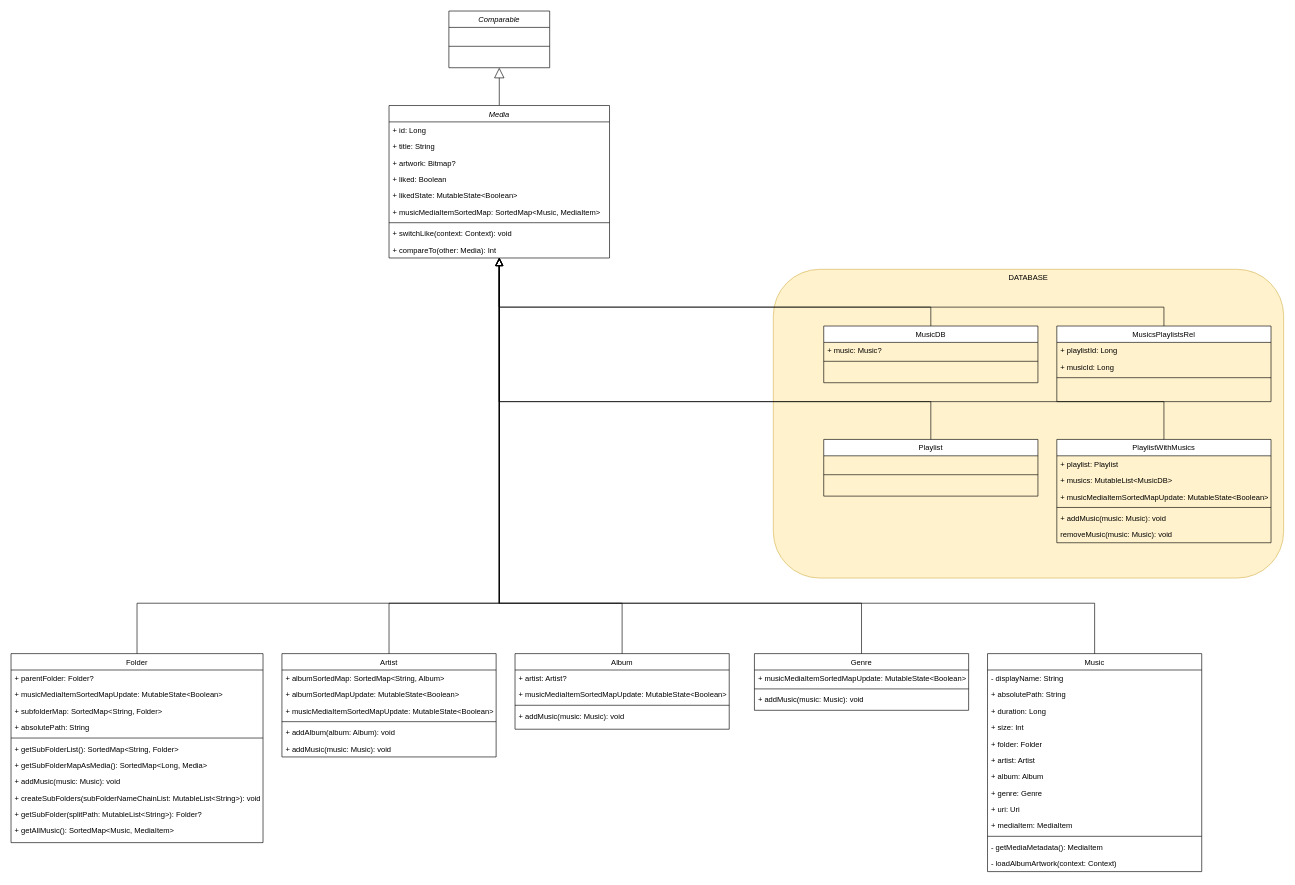
The draw.io diagram structure/Class_Diagram.drawio in antoinepirlot/Satunes, before the edit. Source tidied: cells renumbered, new cells numbered last; positions are measured from the earlier drawing's top-left corner, leaving out a move shared by most shapes. Both pictures are drawn from the tidied source at 63%, with x=0, y=0 at pixel (11, 11).
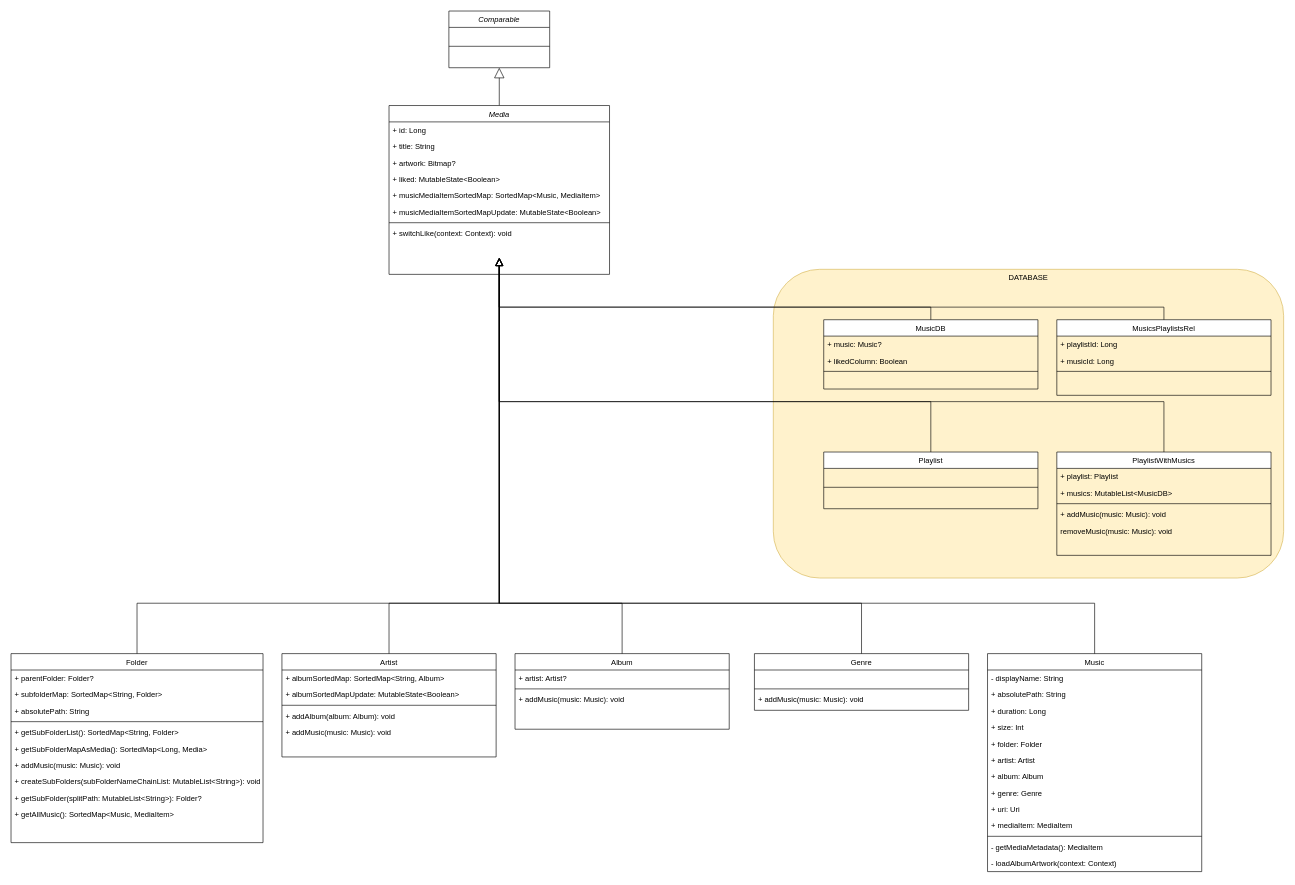
Above is the later version.

Commit message:
Update: class diagram

The change refers to these unchanged cells:
```xml
<mxCell id="13" value="Folder" style="swimlane;fontStyle=0;align=center;verticalAlign=top;horizontal=1;startSize=26;rounded=0;shadow=0;strokeWidth=1;" parent="1" vertex="1">
  <mxGeometry y="1020" width="400" height="300" as="geometry" />
</mxCell>
<mxCell id="26" value="Artist" style="swimlane;fontStyle=0;align=center;verticalAlign=top;horizontal=1;startSize=26;rounded=0;shadow=0;strokeWidth=1;" parent="1" vertex="1">
  <mxGeometry x="430" y="1020" width="340" height="164" as="geometry" />
</mxCell>
<mxCell id="37" value="Album" style="swimlane;fontStyle=0;align=center;verticalAlign=top;horizontal=1;startSize=26;rounded=0;shadow=0;strokeWidth=1;" parent="1" vertex="1">
  <mxGeometry x="800" y="1020" width="340" height="120" as="geometry" />
</mxCell>
<mxCell id="43" value="Genre" style="swimlane;fontStyle=0;align=center;verticalAlign=top;horizontal=1;startSize=26;rounded=0;shadow=0;strokeWidth=1;" parent="1" vertex="1">
  <mxGeometry x="1180" y="1020" width="340" height="90" as="geometry" />
</mxCell>
<mxCell id="48" value="Music" style="swimlane;fontStyle=0;align=center;verticalAlign=top;horizontal=1;startSize=26;rounded=0;shadow=0;strokeWidth=1;" parent="1" vertex="1">
  <mxGeometry x="1550" y="1020" width="340" height="346" as="geometry" />
</mxCell>
```

What changed in the source:
```diff
@@
     <mxCell id="3" value="Media" style="swimlane;fontStyle=2;align=center;verticalAlign=top;horizontal=1;startSize=26;rounded=0;shadow=0;strokeWidth=1;" parent="1" vertex="1">
-      <mxGeometry x="600" y="150" width="350" height="242" as="geometry" />
+      <mxGeometry x="600" y="150" width="350" height="268" as="geometry" />
     </mxCell>
@@
-    <mxCell id="7" value="+ liked: Boolean" style="text;align=left;verticalAlign=top;spacingLeft=4;spacingRight=4;overflow=hidden;rounded=0;shadow=0;html=0;" parent="3" vertex="1">
-      <mxGeometry y="104" width="350" height="26" as="geometry" />
-    </mxCell>
-    <mxCell id="8" value="+ likedState: MutableState&lt;Boolean&gt;" style="text;align=left;verticalAlign=top;spacingLeft=4;spacingRight=4;overflow=hidden;rounded=0;shadow=0;html=0;" parent="3" vertex="1">
-      <mxGeometry y="130" width="350" height="26" as="geometry" />
+    <mxCell id="8" value="+ liked: MutableState&lt;Boolean&gt;" style="text;align=left;verticalAlign=top;spacingLeft=4;spacingRight=4;overflow=hidden;rounded=0;shadow=0;html=0;" parent="3" vertex="1">
+      <mxGeometry y="104" width="350" height="26" as="geometry" />
     </mxCell>
     <mxCell id="9" value="+ musicMediaItemSortedMap: SortedMap&lt;Music, MediaItem&gt;" style="text;align=left;verticalAlign=top;spacingLeft=4;spacingRight=4;overflow=hidden;rounded=0;shadow=0;html=0;" parent="3" vertex="1">
-      <mxGeometry y="156" width="350" height="26" as="geometry" />
+      <mxGeometry y="130" width="350" height="26" as="geometry" />
     </mxCell>
+    <mxCell id="15" value="+ musicMediaItemSortedMapUpdate: MutableState&lt;Boolean&gt;" style="text;align=left;verticalAlign=top;spacingLeft=4;spacingRight=4;overflow=hidden;rounded=0;shadow=0;html=0;" parent="3" vertex="1">
+      <mxGeometry y="156" width="350" height="26" as="geometry" />
+    </mxCell>
@@
-    <mxCell id="12" value="+ compareTo(other: Media): Int" style="text;align=left;verticalAlign=top;spacingLeft=4;spacingRight=4;overflow=hidden;points=[[0,0.5],[1,0.5]];portConstraint=eastwest;" parent="3" vertex="1">
-      <mxGeometry y="216" width="350" height="26" as="geometry" />
-    </mxCell>
@@
-    <mxCell id="15" value="+ musicMediaItemSortedMapUpdate: MutableState&lt;Boolean&gt;" style="text;align=left;verticalAlign=top;spacingLeft=4;spacingRight=4;overflow=hidden;rounded=0;shadow=0;html=0;" parent="13" vertex="1">
-      <mxGeometry y="52" width="400" height="26" as="geometry" />
-    </mxCell>
     <mxCell id="16" value="+ subfolderMap: SortedMap&lt;String, Folder&gt;" style="text;align=left;verticalAlign=top;spacingLeft=4;spacingRight=4;overflow=hidden;rounded=0;shadow=0;html=0;" parent="13" vertex="1">
-      <mxGeometry y="78" width="400" height="26" as="geometry" />
+      <mxGeometry y="52" width="400" height="26" as="geometry" />
     </mxCell>
     <mxCell id="17" value="+ absolutePath: String" style="text;align=left;verticalAlign=top;spacingLeft=4;spacingRight=4;overflow=hidden;rounded=0;shadow=0;html=0;" parent="13" vertex="1">
-      <mxGeometry y="104" width="400" height="26" as="geometry" />
+      <mxGeometry y="78" width="400" height="26" as="geometry" />
     </mxCell>
     <mxCell id="18" style="line;html=1;strokeWidth=1;align=left;verticalAlign=middle;spacingTop=-1;spacingLeft=3;spacingRight=3;labelPosition=right;" parent="13" vertex="1">
-      <mxGeometry y="130" width="400" height="8" as="geometry" />
+      <mxGeometry y="104" width="400" height="8" as="geometry" />
     </mxCell>
     <mxCell id="19" value="+ getSubFolderList(): SortedMap&lt;String, Folder&gt;" style="text;align=left;verticalAlign=top;spacingLeft=4;spacingRight=4;overflow=hidden;fontStyle=0;" parent="13" vertex="1">
-      <mxGeometry y="138" width="400" height="26" as="geometry" />
+      <mxGeometry y="112" width="400" height="26" as="geometry" />
     </mxCell>
     <mxCell id="20" value="+ getSubFolderMapAsMedia(): SortedMap&lt;Long, Media&gt;" style="text;align=left;verticalAlign=top;spacingLeft=4;spacingRight=4;overflow=hidden;" parent="13" vertex="1">
-      <mxGeometry y="164" width="400" height="26" as="geometry" />
+      <mxGeometry y="138" width="400" height="26" as="geometry" />
     </mxCell>
     <mxCell id="21" value="+ addMusic(music: Music): void" style="text;align=left;verticalAlign=top;spacingLeft=4;spacingRight=4;overflow=hidden;" parent="13" vertex="1">
-      <mxGeometry y="190" width="400" height="26" as="geometry" />
+      <mxGeometry y="164" width="400" height="26" as="geometry" />
     </mxCell>
     <mxCell id="22" value="+ createSubFolders(subFolderNameChainList: MutableList&lt;String&gt;): void" style="text;align=left;verticalAlign=top;spacingLeft=4;spacingRight=4;overflow=hidden;" parent="13" vertex="1">
-      <mxGeometry y="216" width="400" height="26" as="geometry" />
+      <mxGeometry y="190" width="400" height="26" as="geometry" />
     </mxCell>
     <mxCell id="23" value="+ getSubFolder(splitPath: MutableList&lt;String&gt;): Folder?" style="text;align=left;verticalAlign=top;spacingLeft=4;spacingRight=4;overflow=hidden;" parent="13" vertex="1">
-      <mxGeometry y="242" width="400" height="26" as="geometry" />
+      <mxGeometry y="216" width="400" height="26" as="geometry" />
     </mxCell>
     <mxCell id="24" value="+ getAllMusic(): SortedMap&lt;Music, MediaItem&gt;" style="text;align=left;verticalAlign=top;spacingLeft=4;spacingRight=4;overflow=hidden;" parent="13" vertex="1">
-      <mxGeometry y="268" width="400" height="26" as="geometry" />
+      <mxGeometry y="242" width="400" height="26" as="geometry" />
     </mxCell>
-    <mxCell id="25" style="endArrow=block;endSize=10;endFill=0;shadow=0;strokeWidth=1;rounded=0;curved=0;edgeStyle=elbowEdgeStyle;elbow=vertical;" parent="1" edge="1" source="13" target="12">
+    <mxCell id="25" style="endArrow=block;endSize=10;endFill=0;shadow=0;strokeWidth=1;rounded=0;curved=0;edgeStyle=elbowEdgeStyle;elbow=vertical;" parent="1" edge="1" source="13">
       <mxGeometry relative="1" as="geometry">
+        <mxPoint x="775" y="392" as="targetPoint" />
         <Array as="points">
           <mxPoint x="480" y="940" />
         </Array>
       </mxGeometry>
     </mxCell>
@@
-    <mxCell id="29" value="+ musicMediaItemSortedMapUpdate: MutableState&lt;Boolean&gt;" style="text;align=left;verticalAlign=top;spacingLeft=4;spacingRight=4;overflow=hidden;" parent="26" vertex="1">
-      <mxGeometry y="78" width="340" height="26" as="geometry" />
-    </mxCell>
     <mxCell id="30" style="line;html=1;strokeWidth=1;align=left;verticalAlign=middle;spacingTop=-1;spacingLeft=3;spacingRight=3;labelPosition=right;" parent="26" vertex="1">
-      <mxGeometry y="104" width="340" height="8" as="geometry" />
+      <mxGeometry y="78" width="340" height="8" as="geometry" />
     </mxCell>
     <mxCell id="31" value="+ addAlbum(album: Album): void" style="text;align=left;verticalAlign=top;spacingLeft=4;spacingRight=4;overflow=hidden;" parent="26" vertex="1">
-      <mxGeometry y="112" width="340" height="26" as="geometry" />
+      <mxGeometry y="86" width="340" height="26" as="geometry" />
     </mxCell>
     <mxCell id="32" value="+ addMusic(music: Music): void" style="text;align=left;verticalAlign=top;spacingLeft=4;spacingRight=4;overflow=hidden;" parent="26" vertex="1">
-      <mxGeometry y="138" width="340" height="26" as="geometry" />
+      <mxGeometry y="112" width="340" height="26" as="geometry" />
     </mxCell>
-    <mxCell id="33" style="endArrow=block;endSize=10;endFill=0;shadow=0;strokeWidth=1;rounded=0;curved=0;edgeStyle=elbowEdgeStyle;elbow=vertical;" parent="1" edge="1" source="26" target="12">
+    <mxCell id="33" style="endArrow=block;endSize=10;endFill=0;shadow=0;strokeWidth=1;rounded=0;curved=0;edgeStyle=elbowEdgeStyle;elbow=vertical;" parent="1" edge="1" source="26">
       <mxGeometry relative="1" as="geometry">
+        <mxPoint x="775" y="392" as="targetPoint" />
         <Array as="points">
           <mxPoint x="775" y="940" />
         </Array>
       </mxGeometry>
     </mxCell>
@@
-    <mxCell id="39" value="+ musicMediaItemSortedMapUpdate: MutableState&lt;Boolean&gt;" style="text;align=left;verticalAlign=top;spacingLeft=4;spacingRight=4;overflow=hidden;" parent="37" vertex="1">
-      <mxGeometry y="52" width="340" height="26" as="geometry" />
-    </mxCell>
     <mxCell id="40" style="line;html=1;strokeWidth=1;align=left;verticalAlign=middle;spacingTop=-1;spacingLeft=3;spacingRight=3;labelPosition=right;" parent="37" vertex="1">
-      <mxGeometry y="78" width="340" height="8" as="geometry" />
+      <mxGeometry y="52" width="340" height="8" as="geometry" />
     </mxCell>
     <mxCell id="41" value="+ addMusic(music: Music): void" style="text;align=left;verticalAlign=top;spacingLeft=4;spacingRight=4;overflow=hidden;" parent="37" vertex="1">
-      <mxGeometry y="86" width="340" height="26" as="geometry" />
+      <mxGeometry y="60" width="340" height="26" as="geometry" />
     </mxCell>
-    <mxCell id="42" style="endArrow=block;endSize=10;endFill=0;shadow=0;strokeWidth=1;rounded=0;curved=0;edgeStyle=elbowEdgeStyle;elbow=vertical;exitX=0.5;exitY=0;exitDx=0;exitDy=0;" parent="1" edge="1" source="37" target="12">
+    <mxCell id="42" style="endArrow=block;endSize=10;endFill=0;shadow=0;strokeWidth=1;rounded=0;curved=0;edgeStyle=elbowEdgeStyle;elbow=vertical;exitX=0.5;exitY=0;exitDx=0;exitDy=0;" parent="1" edge="1" source="37">
       <mxGeometry relative="1" as="geometry">
+        <mxPoint x="775" y="392" as="targetPoint" />
         <Array as="points">
           <mxPoint x="775" y="940" />
         </Array>
       </mxGeometry>
     </mxCell>
@@
-    <mxCell id="44" value="+ musicMediaItemSortedMapUpdate: MutableState&lt;Boolean&gt;" style="text;align=left;verticalAlign=top;spacingLeft=4;spacingRight=4;overflow=hidden;" parent="43" vertex="1">
+    <mxCell id="44" value=" " style="text;align=left;verticalAlign=top;spacingLeft=4;spacingRight=4;overflow=hidden;" parent="43" vertex="1">
       <mxGeometry y="26" width="340" height="26" as="geometry" />
     </mxCell>
@@
-    <mxCell id="47" style="endArrow=block;endSize=10;endFill=0;shadow=0;strokeWidth=1;rounded=0;curved=0;edgeStyle=elbowEdgeStyle;elbow=vertical;" parent="1" edge="1" source="43" target="12">
+    <mxCell id="47" style="endArrow=block;endSize=10;endFill=0;shadow=0;strokeWidth=1;rounded=0;curved=0;edgeStyle=elbowEdgeStyle;elbow=vertical;" parent="1" edge="1" source="43">
       <mxGeometry relative="1" as="geometry">
+        <mxPoint x="775" y="392" as="targetPoint" />
         <Array as="points">
           <mxPoint x="1070" y="940" />
         </Array>
       </mxGeometry>
     </mxCell>
@@
-    <mxCell id="62" style="endArrow=block;endSize=10;endFill=0;shadow=0;strokeWidth=1;rounded=0;curved=0;edgeStyle=elbowEdgeStyle;elbow=vertical;" parent="1" edge="1" source="48" target="12">
+    <mxCell id="62" style="endArrow=block;endSize=10;endFill=0;shadow=0;strokeWidth=1;rounded=0;curved=0;edgeStyle=elbowEdgeStyle;elbow=vertical;" parent="1" edge="1" source="48">
       <mxGeometry relative="1" as="geometry">
+        <mxPoint x="775" y="392" as="targetPoint" />
         <Array as="points">
           <mxPoint x="1270" y="940" />
         </Array>
       </mxGeometry>
     </mxCell>
@@
     <mxCell id="64" value="MusicDB" style="swimlane;fontStyle=0;align=center;verticalAlign=top;horizontal=1;startSize=26;rounded=0;shadow=0;strokeWidth=1;" parent="1" vertex="1">
-      <mxGeometry x="1290" y="500" width="340" height="90" as="geometry" />
+      <mxGeometry x="1290" y="490" width="340" height="110" as="geometry" />
     </mxCell>
@@
+    <mxCell id="86" value="+ likedColumn: Boolean" style="text;align=left;verticalAlign=top;spacingLeft=4;spacingRight=4;overflow=hidden;" parent="64" vertex="1">
+      <mxGeometry y="52" width="340" height="26" as="geometry" />
+    </mxCell>
     <mxCell id="66" style="line;html=1;strokeWidth=1;align=left;verticalAlign=middle;spacingTop=-1;spacingLeft=3;spacingRight=3;labelPosition=right;" parent="64" vertex="1">
-      <mxGeometry y="52" width="340" height="8" as="geometry" />
+      <mxGeometry y="78" width="340" height="8" as="geometry" />
     </mxCell>
-    <mxCell id="67" style="endArrow=block;endSize=10;endFill=0;shadow=0;strokeWidth=1;rounded=0;curved=0;edgeStyle=elbowEdgeStyle;elbow=vertical;exitX=0.5;exitY=0;exitDx=0;exitDy=0;" parent="1" edge="1" source="64" target="12">
+    <mxCell id="67" style="endArrow=block;endSize=10;endFill=0;shadow=0;strokeWidth=1;rounded=0;curved=0;edgeStyle=elbowEdgeStyle;elbow=vertical;exitX=0.5;exitY=0;exitDx=0;exitDy=0;" parent="1" edge="1" source="64">
       <mxGeometry relative="1" as="geometry">
+        <mxPoint x="775" y="392" as="targetPoint" />
         <Array as="points">
           <mxPoint x="1210" y="470" />
         </Array>
       </mxGeometry>
     </mxCell>
     <mxCell id="68" value="MusicsPlaylistsRel" style="swimlane;fontStyle=0;align=center;verticalAlign=top;horizontal=1;startSize=26;rounded=0;shadow=0;strokeWidth=1;" parent="1" vertex="1">
-      <mxGeometry x="1660" y="500" width="340" height="120" as="geometry" />
+      <mxGeometry x="1660" y="490" width="340" height="120" as="geometry" />
     </mxCell>
@@
-    <mxCell id="73" style="endArrow=block;endSize=10;endFill=0;shadow=0;strokeWidth=1;rounded=0;curved=0;edgeStyle=elbowEdgeStyle;elbow=vertical;" parent="1" edge="1" source="68" target="12">
+    <mxCell id="73" style="endArrow=block;endSize=10;endFill=0;shadow=0;strokeWidth=1;rounded=0;curved=0;edgeStyle=elbowEdgeStyle;elbow=vertical;" parent="1" edge="1" source="68">
       <mxGeometry relative="1" as="geometry">
+        <mxPoint x="775" y="392" as="targetPoint" />
         <Array as="points">
           <mxPoint x="1300" y="470" />
         </Array>
       </mxGeometry>
     </mxCell>
     <mxCell id="74" value="Playlist" style="swimlane;fontStyle=0;align=center;verticalAlign=top;horizontal=1;startSize=26;rounded=0;shadow=0;strokeWidth=1;" parent="1" vertex="1">
-      <mxGeometry x="1290" y="680" width="340" height="90" as="geometry" />
+      <mxGeometry x="1290" y="700" width="340" height="90" as="geometry" />
     </mxCell>
@@
-    <mxCell id="77" style="endArrow=block;endSize=10;endFill=0;shadow=0;strokeWidth=1;rounded=0;curved=0;edgeStyle=elbowEdgeStyle;elbow=vertical;exitX=0.5;exitY=0;exitDx=0;exitDy=0;" parent="1" edge="1" source="74" target="12">
+    <mxCell id="77" style="endArrow=block;endSize=10;endFill=0;shadow=0;strokeWidth=1;rounded=0;curved=0;edgeStyle=elbowEdgeStyle;elbow=vertical;exitX=0.5;exitY=0;exitDx=0;exitDy=0;" parent="1" edge="1" source="74">
       <mxGeometry relative="1" as="geometry">
+        <mxPoint x="775" y="392" as="targetPoint" />
         <Array as="points">
           <mxPoint x="1120" y="620" />
         </Array>
       </mxGeometry>
     </mxCell>
     <mxCell id="78" value="PlaylistWithMusics" style="swimlane;fontStyle=0;align=center;verticalAlign=top;horizontal=1;startSize=26;rounded=0;shadow=0;strokeWidth=1;" parent="1" vertex="1">
-      <mxGeometry x="1660" y="680" width="340" height="164" as="geometry" />
+      <mxGeometry x="1660" y="700" width="340" height="164" as="geometry" />
     </mxCell>
@@
-    <mxCell id="81" value="+ musicMediaItemSortedMapUpdate: MutableState&lt;Boolean&gt;" style="text;align=left;verticalAlign=top;spacingLeft=4;spacingRight=4;overflow=hidden;" parent="78" vertex="1">
-      <mxGeometry y="78" width="340" height="26" as="geometry" />
-    </mxCell>
     <mxCell id="82" style="line;html=1;strokeWidth=1;align=left;verticalAlign=middle;spacingTop=-1;spacingLeft=3;spacingRight=3;labelPosition=right;" parent="78" vertex="1">
-      <mxGeometry y="104" width="340" height="8" as="geometry" />
+      <mxGeometry y="78" width="340" height="8" as="geometry" />
     </mxCell>
     <mxCell id="83" value="+ addMusic(music: Music): void" style="text;align=left;verticalAlign=top;spacingLeft=4;spacingRight=4;overflow=hidden;" parent="78" vertex="1">
-      <mxGeometry y="112" width="340" height="26" as="geometry" />
+      <mxGeometry y="86" width="340" height="26" as="geometry" />
     </mxCell>
     <mxCell id="84" value="removeMusic(music: Music): void" style="text;align=left;verticalAlign=top;spacingLeft=4;spacingRight=4;overflow=hidden;" parent="78" vertex="1">
-      <mxGeometry y="138" width="340" height="26" as="geometry" />
+      <mxGeometry y="112" width="340" height="26" as="geometry" />
     </mxCell>
-    <mxCell id="85" style="endArrow=block;endSize=10;endFill=0;shadow=0;strokeWidth=1;rounded=0;curved=0;edgeStyle=elbowEdgeStyle;elbow=vertical;exitX=0.5;exitY=0;exitDx=0;exitDy=0;" parent="1" edge="1" source="78" target="12">
+    <mxCell id="85" style="endArrow=block;endSize=10;endFill=0;shadow=0;strokeWidth=1;rounded=0;curved=0;edgeStyle=elbowEdgeStyle;elbow=vertical;exitX=0.5;exitY=0;exitDx=0;exitDy=0;" parent="1" edge="1" source="78">
       <mxGeometry relative="1" as="geometry">
+        <mxPoint x="775" y="392" as="targetPoint" />
         <Array as="points">
           <mxPoint x="1310" y="620" />
         </Array>
       </mxGeometry>
     </mxCell>
```
